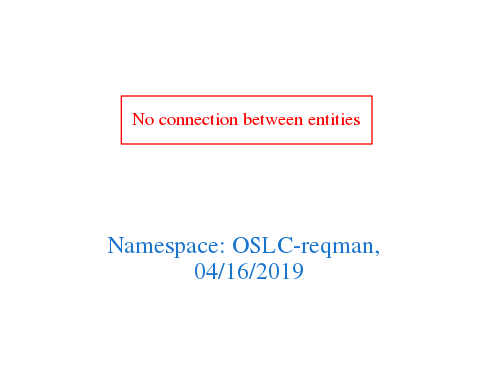
This is downloads/OSLC-reqman.png from arago/OGIT, a Graphviz export, as it was before one commit. Its source is kept beside it as downloads/OSLC-reqman.dot.
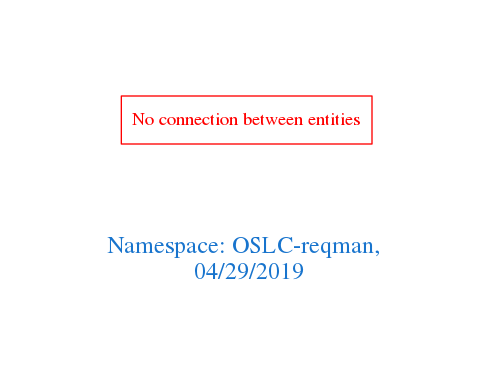
After the change.

Change to the diagram source:
```diff
@@ -1,7 +1,7 @@
 digraph OGIT_ontology {
  graph [ rankdir= LR,pad=1
 fontsize = 18,
-fontcolor= dodgerblue3,label = "\n\n\nNamespace: OSLC-reqman, \n 04/16/2019"];
+fontcolor= dodgerblue3,label = "\n\n\nNamespace: OSLC-reqman, \n 04/29/2019"];
 node[shape=polygon];
 edge [  color="gray81"];
 
```
